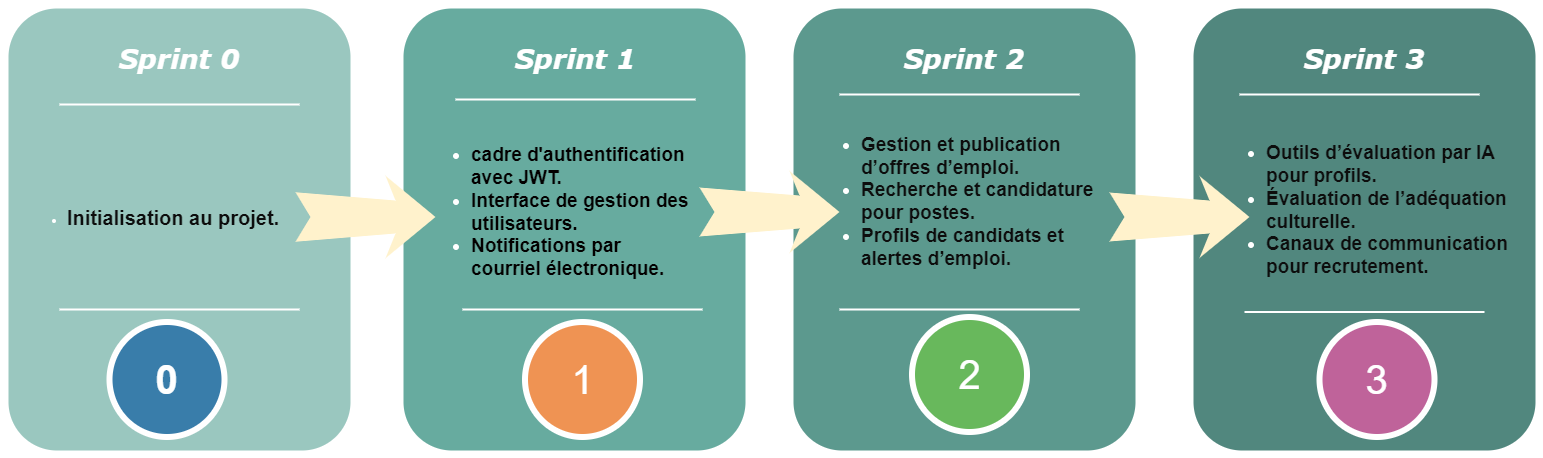
Before: sprints.png, a diagram exported from draw.io (chirine1/-project). Source tidied: cells renumbered, new cells last; positions are measured from the earlier drawing's top-left corner, leaving out a move shared by most shapes.
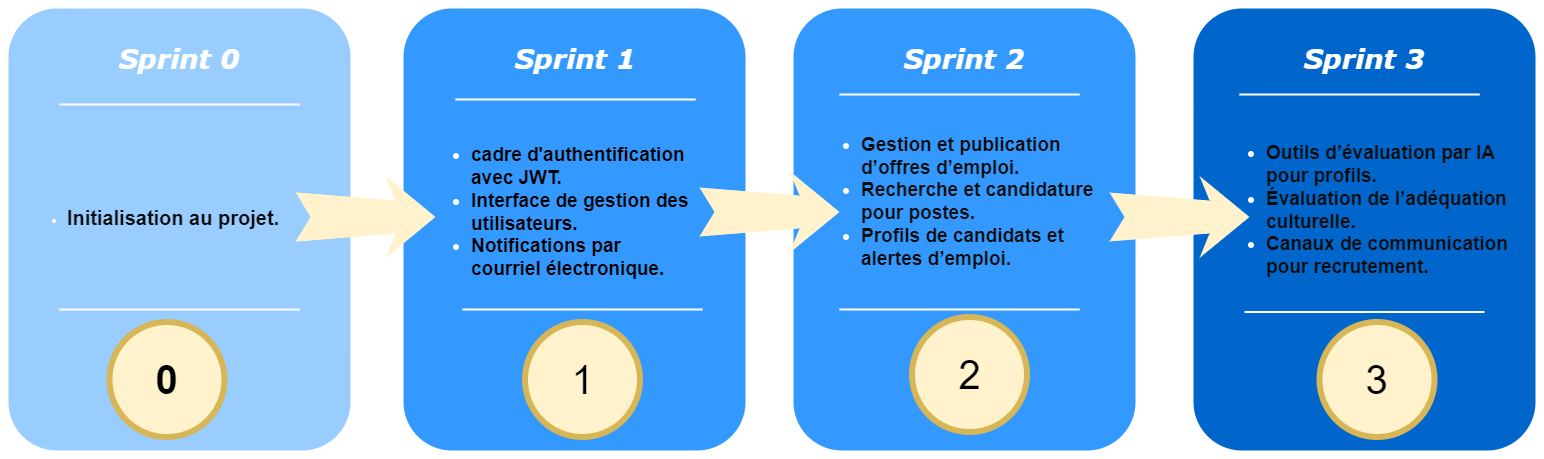
The same diagram one commit later.

Commit message:
Mettre à jour sprints.png

Diff of the diagram source:
```diff
@@ -2,7 +2,7 @@
   <root>
     <mxCell id="0" />
     <mxCell id="1" parent="0" />
-    <mxCell id="2" style="whiteSpace=wrap;html=1;rounded=1;shadow=0;strokeWidth=8;fontSize=20;align=center;fillColor=#9AC7BF;strokeColor=#FFFFFF;" parent="1" vertex="1">
+    <mxCell id="2" style="whiteSpace=wrap;html=1;rounded=1;shadow=0;strokeWidth=8;fontSize=20;align=center;fillColor=#99CCFF;strokeColor=#FFFFFF;" parent="1" vertex="1">
       <mxGeometry width="350" height="450" as="geometry" />
     </mxCell>
     <mxCell id="3" value="&lt;blockquote&gt;&lt;font face=&quot;Verdana&quot;&gt;&lt;i&gt;Sprint 0&lt;/i&gt;&lt;/font&gt;&lt;/blockquote&gt;" style="text;html=1;strokeColor=none;fillColor=none;align=center;verticalAlign=middle;whiteSpace=wrap;rounded=0;shadow=0;fontSize=27;fontColor=#FFFFFF;fontStyle=1;" parent="1" vertex="1">
@@ -17,7 +17,7 @@
     <mxCell id="6" style="line;strokeWidth=2;html=1;rounded=0;shadow=0;fontSize=27;align=center;fillColor=none;strokeColor=#FFFFFF;" parent="1" vertex="1">
       <mxGeometry x="55" y="300" width="240" height="10" as="geometry" />
     </mxCell>
-    <mxCell id="7" style="whiteSpace=wrap;html=1;rounded=1;shadow=0;strokeWidth=8;fontSize=20;align=center;fillColor=#67AB9F;strokeColor=#FFFFFF;" parent="1" vertex="1">
+    <mxCell id="7" style="whiteSpace=wrap;html=1;rounded=1;shadow=0;strokeWidth=8;fontSize=20;align=center;fillColor=#3399FF;strokeColor=#FFFFFF;" parent="1" vertex="1">
       <mxGeometry x="395" width="350" height="450" as="geometry" />
     </mxCell>
     <mxCell id="8" value="&lt;font face=&quot;Verdana&quot;&gt;&lt;i&gt;Sprint 1&lt;/i&gt;&lt;/font&gt;" style="text;html=1;strokeColor=none;fillColor=none;align=center;verticalAlign=middle;whiteSpace=wrap;rounded=0;shadow=0;fontSize=27;fontColor=#FFFFFF;fontStyle=1;" parent="1" vertex="1">
@@ -32,13 +32,13 @@
     <mxCell id="11" style="line;strokeWidth=2;html=1;rounded=0;shadow=0;fontSize=27;align=center;fillColor=none;strokeColor=#FFFFFF;" parent="1" vertex="1">
       <mxGeometry x="458" y="300" width="240" height="10" as="geometry" />
     </mxCell>
-    <mxCell id="12" value="&lt;h1&gt;&lt;font style=&quot;font-size: 40px;&quot;&gt;0&lt;/font&gt;&lt;/h1&gt;" style="ellipse;whiteSpace=wrap;html=1;rounded=0;shadow=0;strokeWidth=6;fontSize=14;align=center;fillColor=#397DAA;strokeColor=#FFFFFF;fontColor=#FFFFFF;" parent="1" vertex="1">
+    <mxCell id="12" value="&lt;h1&gt;&lt;font style=&quot;font-size: 40px;&quot;&gt;0&lt;/font&gt;&lt;/h1&gt;" style="ellipse;whiteSpace=wrap;html=1;rounded=0;shadow=0;strokeWidth=6;fontSize=14;align=center;fillColor=#fff2cc;strokeColor=#d6b656;" parent="1" vertex="1">
       <mxGeometry x="105" y="317.5" width="115" height="115" as="geometry" />
     </mxCell>
     <mxCell id="13" style="html=1;shadow=0;dashed=0;align=center;verticalAlign=middle;shape=mxgraph.arrows2.stylisedArrow;dy=0.6;dx=40;notch=15;feather=0.4;rounded=0;strokeWidth=1;fontSize=27;strokeColor=none;fillColor=#fff2cc;" parent="1" vertex="1">
       <mxGeometry x="291" y="171.2" width="140" height="82.5" as="geometry" />
     </mxCell>
-    <mxCell id="14" style="whiteSpace=wrap;html=1;rounded=1;shadow=0;strokeWidth=8;fontSize=20;align=center;fillColor=#5C998E;strokeColor=#FFFFFF;" parent="1" vertex="1">
+    <mxCell id="14" style="whiteSpace=wrap;html=1;rounded=1;shadow=0;strokeWidth=8;fontSize=20;align=center;fillColor=#3399FF;strokeColor=#FFFFFF;" parent="1" vertex="1">
       <mxGeometry x="785" width="350" height="450" as="geometry" />
     </mxCell>
     <mxCell id="15" value="&lt;font face=&quot;Verdana&quot;&gt;&lt;i&gt;Sprint 2&lt;/i&gt;&lt;/font&gt;" style="text;html=1;strokeColor=none;fillColor=none;align=center;verticalAlign=middle;whiteSpace=wrap;rounded=0;shadow=0;fontSize=27;fontColor=#FFFFFF;fontStyle=1;" parent="1" vertex="1">
@@ -53,13 +53,13 @@
     <mxCell id="18" style="line;strokeWidth=2;html=1;rounded=0;shadow=0;fontSize=27;align=center;fillColor=none;strokeColor=#FFFFFF;" parent="1" vertex="1">
       <mxGeometry x="835" y="300" width="240" height="10" as="geometry" />
     </mxCell>
-    <mxCell id="19" value="&lt;font style=&quot;font-size: 40px;&quot;&gt;1&lt;/font&gt;" style="ellipse;whiteSpace=wrap;html=1;rounded=0;shadow=0;strokeWidth=6;fontSize=14;align=center;fillColor=#EF9353;strokeColor=#FFFFFF;fontColor=#FFFFFF;" parent="1" vertex="1">
+    <mxCell id="19" value="&lt;font style=&quot;font-size: 40px;&quot;&gt;1&lt;/font&gt;" style="ellipse;whiteSpace=wrap;html=1;rounded=0;shadow=0;strokeWidth=6;fontSize=14;align=center;fillColor=#fff2cc;strokeColor=#d6b656;" parent="1" vertex="1">
       <mxGeometry x="520.5" y="317.5" width="115" height="115" as="geometry" />
     </mxCell>
     <mxCell id="20" style="html=1;shadow=0;dashed=0;align=center;verticalAlign=middle;shape=mxgraph.arrows2.stylisedArrow;dy=0.6;dx=40;notch=15;feather=0.4;rounded=0;strokeWidth=1;fontSize=27;strokeColor=none;fillColor=#fff2cc;" parent="1" vertex="1">
       <mxGeometry x="695" y="166.5" width="140" height="82" as="geometry" />
     </mxCell>
-    <mxCell id="21" style="whiteSpace=wrap;html=1;rounded=1;shadow=0;strokeWidth=8;fontSize=20;align=center;fillColor=#51877E;strokeColor=#FFFFFF;" parent="1" vertex="1">
+    <mxCell id="21" style="whiteSpace=wrap;html=1;rounded=1;shadow=0;strokeWidth=8;fontSize=20;align=center;fillColor=#0066CC;strokeColor=#FFFFFF;" parent="1" vertex="1">
       <mxGeometry x="1185" width="350" height="450" as="geometry" />
     </mxCell>
     <mxCell id="22" value="&lt;font face=&quot;Verdana&quot;&gt;&lt;i&gt;Sprint 3&lt;/i&gt;&lt;/font&gt;" style="text;html=1;strokeColor=none;fillColor=none;align=center;verticalAlign=middle;whiteSpace=wrap;rounded=0;shadow=0;fontSize=27;fontColor=#FFFFFF;fontStyle=1;" parent="1" vertex="1">
@@ -74,13 +74,13 @@
     <mxCell id="25" style="line;strokeWidth=2;html=1;rounded=0;shadow=0;fontSize=27;align=center;fillColor=none;strokeColor=#FFFFFF;" parent="1" vertex="1">
       <mxGeometry x="1240" y="302.5" width="240" height="10" as="geometry" />
     </mxCell>
-    <mxCell id="26" value="&lt;font style=&quot;font-size: 40px;&quot;&gt;2&lt;/font&gt;" style="ellipse;whiteSpace=wrap;html=1;rounded=0;shadow=0;strokeWidth=6;fontSize=14;align=center;fillColor=#68B85C;strokeColor=#FFFFFF;fontColor=#FFFFFF;" parent="1" vertex="1">
+    <mxCell id="26" value="&lt;font style=&quot;font-size: 40px;&quot;&gt;2&lt;/font&gt;" style="ellipse;whiteSpace=wrap;html=1;rounded=0;shadow=0;strokeWidth=6;fontSize=14;align=center;fillColor=#fff2cc;strokeColor=#d6b656;" parent="1" vertex="1">
       <mxGeometry x="907.5" y="312.5" width="115" height="115" as="geometry" />
     </mxCell>
     <mxCell id="27" style="html=1;shadow=0;dashed=0;align=center;verticalAlign=middle;shape=mxgraph.arrows2.stylisedArrow;dy=0.6;dx=40;notch=15;feather=0.4;rounded=0;strokeWidth=1;fontSize=27;strokeColor=none;fillColor=#fff2cc;" parent="1" vertex="1">
       <mxGeometry x="1105" y="171.5" width="140" height="82" as="geometry" />
     </mxCell>
-    <mxCell id="28" value="&lt;font style=&quot;font-size: 40px;&quot;&gt;3&lt;/font&gt;" style="ellipse;whiteSpace=wrap;html=1;rounded=0;shadow=0;strokeWidth=6;fontSize=14;align=center;fillColor=#BF639A;strokeColor=#FFFFFF;fontColor=#FFFFFF;" parent="1" vertex="1">
+    <mxCell id="28" value="&lt;font style=&quot;font-size: 40px;&quot;&gt;3&lt;/font&gt;" style="ellipse;whiteSpace=wrap;html=1;rounded=0;shadow=0;strokeWidth=6;fontSize=14;align=center;fillColor=#fff2cc;strokeColor=#d6b656;" parent="1" vertex="1">
       <mxGeometry x="1315" y="317.5" width="115" height="115" as="geometry" />
     </mxCell>
   </root>
```
